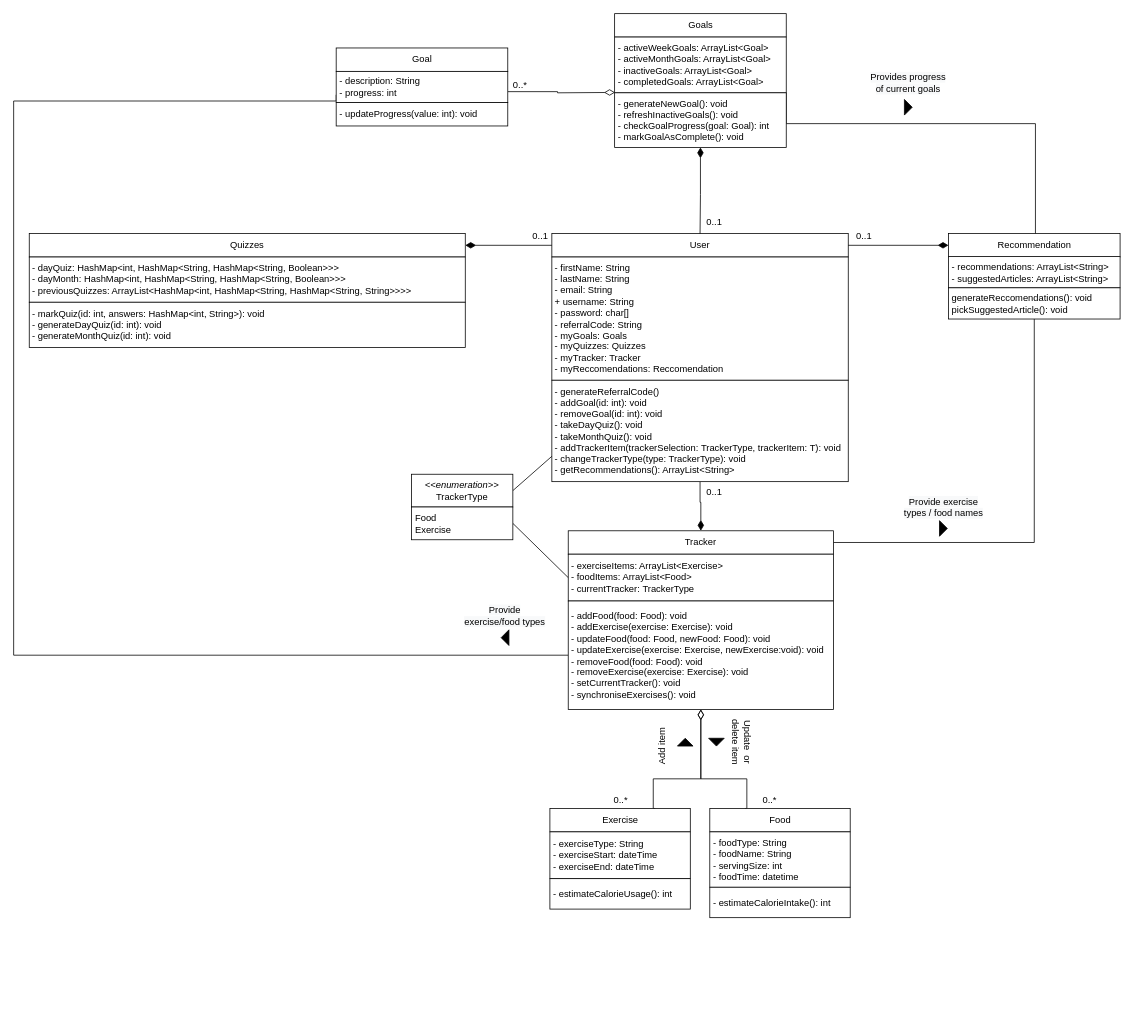
This is Final_class_diagram_improved.drawio from ahammond3aws/DC2SEN, a draw.io file, before an edit. Source tidied: cells renumbered, new cells numbered last; positions are measured from the earlier drawing's top-left corner, leaving out a move shared by most shapes. Both pictures are drawn from the tidied source at 78%, with x=0, y=0 at pixel (13, 13).
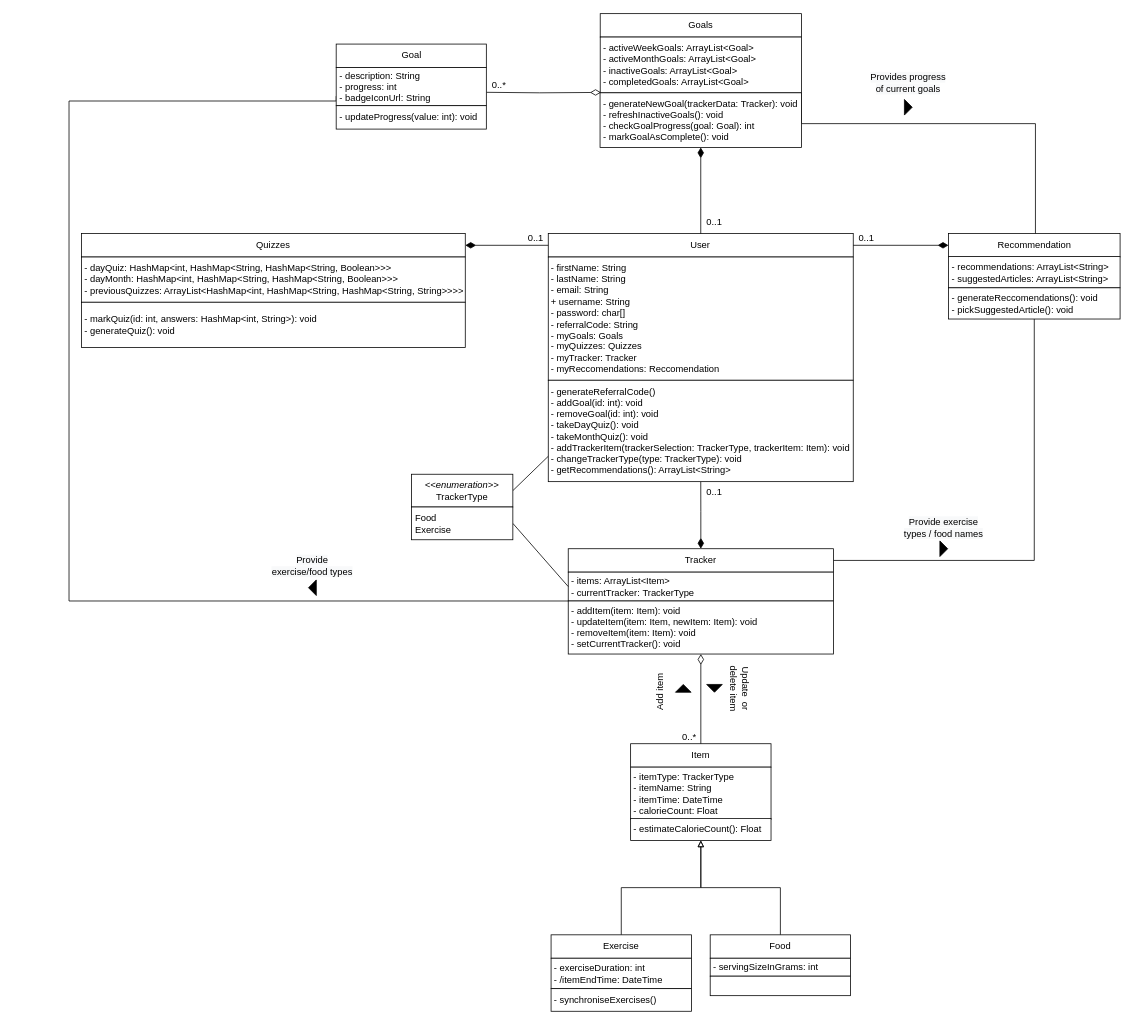
The same page after the edit.

The edit, as a diff of the source:
```diff
@@
     <mxCell id="2" value="User" style="rounded=0;whiteSpace=wrap;html=1;" parent="1" vertex="1">
-      <mxGeometry x="690" y="282" width="380" height="30" as="geometry" />
+      <mxGeometry x="685.4" y="282" width="391" height="30" as="geometry" />
     </mxCell>
@@
     <mxCell id="5" value="Tracker" style="rounded=0;whiteSpace=wrap;html=1;" parent="1" vertex="1">
-      <mxGeometry x="711" y="663" width="340" height="30" as="geometry" />
+      <mxGeometry x="711" y="686" width="340" height="30" as="geometry" />
     </mxCell>
-    <mxCell id="6" style="edgeStyle=orthogonalEdgeStyle;rounded=0;jettySize=auto;html=1;endArrow=diamondThin;endFill=0;endSize=11;exitX=0.75;exitY=0;exitDx=0;exitDy=0;" parent="1" edge="1" source="7" target="37">
-      <mxGeometry relative="1" as="geometry">
-        <Array as="points">
-          <mxPoint x="820" y="1019" />
-          <mxPoint x="820" y="981" />
-          <mxPoint x="881" y="981" />
-        </Array>
-      </mxGeometry>
-    </mxCell>
+    <mxCell id="57" style="edgeStyle=orthogonalEdgeStyle;rounded=0;jettySize=auto;html=1;exitX=0.5;exitY=0;exitDx=0;exitDy=0;entryX=0.5;entryY=1;entryDx=0;entryDy=0;endArrow=block;endFill=0;" parent="1" edge="1" source="7" target="61">
+      <mxGeometry relative="1" as="geometry" />
+    </mxCell>
     <mxCell id="7" value="Exercise" style="rounded=0;whiteSpace=wrap;html=1;" parent="1" vertex="1">
-      <mxGeometry x="687.5" y="1019" width="180" height="30" as="geometry" />
+      <mxGeometry x="689" y="1181" width="180" height="30" as="geometry" />
     </mxCell>
-    <mxCell id="8" style="edgeStyle=orthogonalEdgeStyle;rounded=0;jettySize=auto;html=1;endArrow=diamondThin;endFill=0;startSize=6;endSize=11;exitX=0.25;exitY=0;exitDx=0;exitDy=0;" parent="1" edge="1" source="9" target="37">
-      <mxGeometry relative="1" as="geometry">
-        <Array as="points">
-          <mxPoint x="940" y="1019" />
-          <mxPoint x="940" y="981" />
-          <mxPoint x="881" y="981" />
-        </Array>
-      </mxGeometry>
-    </mxCell>
+    <mxCell id="58" style="edgeStyle=orthogonalEdgeStyle;rounded=0;jettySize=auto;html=1;exitX=0.5;exitY=0;exitDx=0;exitDy=0;entryX=0.5;entryY=1;entryDx=0;entryDy=0;endArrow=block;endFill=0;" parent="1" edge="1" source="9" target="61">
+      <mxGeometry relative="1" as="geometry" />
+    </mxCell>
     <mxCell id="9" value="Food" style="rounded=0;whiteSpace=wrap;html=1;" parent="1" vertex="1">
-      <mxGeometry x="892.5" y="1019" width="180" height="30" as="geometry" />
+      <mxGeometry x="893" y="1181" width="180" height="30" as="geometry" />
     </mxCell>
@@
     <mxCell id="14" value="Goals" style="rounded=0;whiteSpace=wrap;html=1;" parent="1" vertex="1">
-      <mxGeometry x="770.5" width="220" height="30" as="geometry" />
+      <mxGeometry x="752" width="258" height="30" as="geometry" />
     </mxCell>
@@
     <mxCell id="16" value="Quizzes" style="rounded=0;whiteSpace=wrap;html=1;" parent="1" vertex="1">
-      <mxGeometry x="20" y="282" width="559" height="30" as="geometry" />
+      <mxGeometry x="87" y="282" width="492" height="30" as="geometry" />
     </mxCell>
@@
     <mxCell id="18" value="0..1" style="text;html=1;align=center;verticalAlign=middle;strokeColor=none;fillColor=none;" parent="1" vertex="1">
-      <mxGeometry x="1070" y="270" width="40" height="30" as="geometry" />
+      <mxGeometry x="1073" y="273" width="40" height="30" as="geometry" />
     </mxCell>
@@
     <mxCell id="20" value="0..1" style="text;html=1;align=center;verticalAlign=middle;strokeColor=none;fillColor=none;" parent="1" vertex="1">
-      <mxGeometry x="655" y="270" width="40" height="30" as="geometry" />
+      <mxGeometry x="649" y="273" width="40" height="30" as="geometry" />
     </mxCell>
     <mxCell id="21" value="0..*" style="text;html=1;align=center;verticalAlign=middle;strokeColor=none;fillColor=none;" parent="1" vertex="1">
-      <mxGeometry x="757.5" y="994" width="40" height="30" as="geometry" />
+      <mxGeometry x="846.4" y="913" width="40" height="30" as="geometry" />
     </mxCell>
-    <mxCell id="22" value="0..*" style="text;html=1;align=center;verticalAlign=middle;strokeColor=none;fillColor=none;" parent="1" vertex="1">
-      <mxGeometry x="948.5" y="994" width="40" height="30" as="geometry" />
-    </mxCell>
     <mxCell id="23" style="triangle;whiteSpace=wrap;html=1;fontSize=12;fillColor=#000000;rotation=-90;" parent="1" vertex="1">
-      <mxGeometry x="856" y="924" width="10" height="20" as="geometry" />
+      <mxGeometry x="853.5" y="855" width="10" height="20" as="geometry" />
     </mxCell>
     <mxCell id="24" style="triangle;whiteSpace=wrap;html=1;fontSize=12;fillColor=#000000;rotation=90;" parent="1" vertex="1">
-      <mxGeometry x="896" y="924" width="10" height="20" as="geometry" />
+      <mxGeometry x="893.5" y="855" width="10" height="20" as="geometry" />
     </mxCell>
     <mxCell id="25" value="Add item" style="text;html=1;strokeColor=none;fillColor=none;align=center;verticalAlign=middle;whiteSpace=wrap;rounded=0;fontSize=12;rotation=-90;" parent="1" vertex="1">
-      <mxGeometry x="801" y="924" width="60" height="30" as="geometry" />
+      <mxGeometry x="798.5" y="855" width="60" height="30" as="geometry" />
     </mxCell>
     <mxCell id="26" value="Update&amp;nbsp; or delete item" style="text;html=1;strokeColor=none;fillColor=none;align=center;verticalAlign=middle;whiteSpace=wrap;rounded=0;fontSize=12;rotation=90;" parent="1" vertex="1">
-      <mxGeometry x="901" y="919" width="65" height="30" as="geometry" />
+      <mxGeometry x="898.5" y="850" width="65" height="30" as="geometry" />
     </mxCell>
     <mxCell id="27" style="triangle;whiteSpace=wrap;html=1;fontSize=12;fillColor=#000000;" parent="1" vertex="1">
-      <mxGeometry x="1187" y="650" width="10" height="20" as="geometry" />
+      <mxGeometry x="1187.5" y="676" width="10" height="20" as="geometry" />
     </mxCell>
@@
     <mxCell id="30" value="&lt;span style=&quot;background-color: rgb(248, 249, 250);&quot;&gt;Provide exercise types / food names&lt;/span&gt;" style="text;html=1;strokeColor=none;fillColor=none;align=center;verticalAlign=middle;whiteSpace=wrap;rounded=0;fontSize=12;" parent="1" vertex="1">
-      <mxGeometry x="1135.5" y="618" width="113" height="30" as="geometry" />
+      <mxGeometry x="1136" y="644" width="113" height="30" as="geometry" />
     </mxCell>
-    <mxCell id="31" value="- exerciseType: String&lt;br&gt;- exerciseStart: dateTime&lt;br&gt;- exerciseEnd: dateTime" style="rounded=0;whiteSpace=wrap;html=1;align=left;spacingLeft=2;" parent="1" vertex="1">
-      <mxGeometry x="687.5" y="1049" width="180" height="60" as="geometry" />
+    <mxCell id="31" value="- exerciseDuration: int&lt;br style=&quot;border-color: var(--border-color);&quot;&gt;- /itemEndTime: DateTime" style="rounded=0;whiteSpace=wrap;html=1;align=left;spacingLeft=2;" parent="1" vertex="1">
+      <mxGeometry x="689" y="1211" width="180" height="39" as="geometry" />
     </mxCell>
-    <mxCell id="32" value="- estimateCalorieUsage(): int" style="rounded=0;whiteSpace=wrap;html=1;align=left;spacingLeft=2;" parent="1" vertex="1">
-      <mxGeometry x="687.5" y="1109" width="180" height="39" as="geometry" />
+    <mxCell id="32" value="- synchroniseExercises()" style="rounded=0;whiteSpace=wrap;html=1;align=left;spacingLeft=2;" parent="1" vertex="1">
+      <mxGeometry x="689" y="1250" width="180" height="29" as="geometry" />
     </mxCell>
-    <mxCell id="33" value="- foodType: String&lt;br&gt;- foodName: String&lt;br&gt;- servingSize: int&lt;br&gt;- foodTime: datetime" style="rounded=0;whiteSpace=wrap;html=1;align=left;spacingLeft=2;" parent="1" vertex="1">
-      <mxGeometry x="892.5" y="1049" width="180" height="71" as="geometry" />
+    <mxCell id="33" value="- servingSizeInGrams: int" style="rounded=0;whiteSpace=wrap;html=1;align=left;spacingLeft=2;" parent="1" vertex="1">
+      <mxGeometry x="893" y="1211" width="180" height="23" as="geometry" />
     </mxCell>
-    <mxCell id="34" value="- estimateCalorieIntake(): int" style="rounded=0;whiteSpace=wrap;html=1;align=left;spacingLeft=2;" parent="1" vertex="1">
-      <mxGeometry x="892.5" y="1120" width="180" height="39" as="geometry" />
+    <mxCell id="34" style="rounded=0;whiteSpace=wrap;html=1;align=left;spacingLeft=2;" parent="1" vertex="1">
+      <mxGeometry x="893" y="1234" width="180" height="25" as="geometry" />
     </mxCell>
-    <mxCell id="35" value="- exerciseItems: ArrayList&amp;lt;Exercise&amp;gt;&lt;br&gt;- foodItems: ArrayList&amp;lt;Food&amp;gt;&lt;br&gt;- currentTracker:&amp;nbsp;&lt;span style=&quot;text-align: center;&quot;&gt;TrackerType&lt;/span&gt;" style="rounded=0;whiteSpace=wrap;html=1;align=left;spacingLeft=2;" parent="1" vertex="1">
-      <mxGeometry x="711" y="693" width="340" height="60" as="geometry" />
+    <mxCell id="35" value="- items: ArrayList&amp;lt;Item&amp;gt;&lt;br&gt;- currentTracker:&amp;nbsp;&lt;span style=&quot;text-align: center;&quot;&gt;TrackerType&lt;/span&gt;" style="rounded=0;whiteSpace=wrap;html=1;align=left;spacingLeft=2;" parent="1" vertex="1">
+      <mxGeometry x="711" y="716" width="340" height="37" as="geometry" />
     </mxCell>
-    <mxCell id="36" style="edgeStyle=orthogonalEdgeStyle;rounded=0;jettySize=auto;html=1;entryX=0;entryY=0.75;entryDx=0;entryDy=0;startArrow=none;startFill=0;endArrow=none;endFill=0;" parent="1" edge="1" source="37" target="52">
+    <mxCell id="36" style="edgeStyle=orthogonalEdgeStyle;rounded=0;jettySize=auto;html=1;entryX=0;entryY=0.75;entryDx=0;entryDy=0;startArrow=none;startFill=0;endArrow=none;endFill=0;exitX=0;exitY=1;exitDx=0;exitDy=0;" parent="1" edge="1" source="35" target="52">
       <mxGeometry relative="1" as="geometry">
         <Array as="points">
-          <mxPoint y="823" />
-          <mxPoint y="112" />
+          <mxPoint x="71" y="753" />
+          <mxPoint x="71" y="112" />
+          <mxPoint x="414" y="112" />
         </Array>
       </mxGeometry>
     </mxCell>
-    <mxCell id="37" value="- addFood(food: Food): void&lt;br&gt;- addExercise(exercise: Exercise): void&lt;br&gt;- updateFood(food: Food, newFood: Food): void&lt;br&gt;- updateExercise(exercise: Exercise, newExercise:void): void&lt;br&gt;- removeFood(food: Food): void&lt;br&gt;- removeExercise(exercise: Exercise): void&lt;br&gt;- setCurrentTracker(): void&lt;br&gt;- synchroniseExercises(): void" style="rounded=0;whiteSpace=wrap;html=1;align=left;spacingLeft=2;" parent="1" vertex="1">
-      <mxGeometry x="711" y="753" width="340" height="139" as="geometry" />
+    <mxCell id="37" value="- addItem(item: Item): void&lt;br&gt;- updateItem(item: Item, newItem: Item): void&lt;br&gt;- removeItem(item: Item): void&lt;br&gt;- setCurrentTracker(): void" style="rounded=0;whiteSpace=wrap;html=1;align=left;spacingLeft=2;" parent="1" vertex="1">
+      <mxGeometry x="711" y="753" width="340" height="68" as="geometry" />
     </mxCell>
@@
-    <mxCell id="39" value="generateReccomendations(): void&lt;br&gt;pickSuggestedArticle(): void" style="rounded=0;whiteSpace=wrap;html=1;align=left;spacingLeft=2;" parent="1" vertex="1">
+    <mxCell id="39" value="- generateReccomendations(): void&lt;br&gt;- pickSuggestedArticle(): void" style="rounded=0;whiteSpace=wrap;html=1;align=left;spacingLeft=2;" parent="1" vertex="1">
       <mxGeometry x="1198.5" y="351.5" width="220" height="40" as="geometry" />
     </mxCell>
     <mxCell id="40" value="- firstName: String&lt;br&gt;- lastName: String&lt;br&gt;- email: String&lt;br&gt;+ username: String&lt;br&gt;- password: char[]&lt;br&gt;- referralCode: String&lt;br&gt;- myGoals: Goals&lt;br&gt;- myQuizzes: Quizzes&lt;br&gt;- myTracker: Tracker&lt;br&gt;- myReccomendations: Reccomendation" style="rounded=0;whiteSpace=wrap;html=1;align=left;spacingLeft=2;" parent="1" vertex="1">
-      <mxGeometry x="690" y="312" width="380" height="158" as="geometry" />
+      <mxGeometry x="685.4" y="312" width="391" height="158" as="geometry" />
     </mxCell>
-    <mxCell id="41" value="- generateReferralCode()&lt;br&gt;- addGoal(id: int): void&lt;br&gt;- removeGoal(id: int): void&lt;br&gt;- takeDayQuiz(): void&lt;br&gt;- takeMonthQuiz(): void&lt;br&gt;- addTrackerItem(trackerSelection:&amp;nbsp;&lt;span style=&quot;text-align: center;&quot;&gt;TrackerType&lt;/span&gt;, trackerItem: T): void&lt;br&gt;- changeTrackerType(type: TrackerType): void&lt;br&gt;- getRecommendations(): ArrayList&amp;lt;String&amp;gt;" style="rounded=0;whiteSpace=wrap;html=1;align=left;spacingLeft=2;" parent="1" vertex="1">
-      <mxGeometry x="690" y="470" width="380" height="130" as="geometry" />
+    <mxCell id="41" value="- generateReferralCode()&lt;br&gt;- addGoal(id: int): void&lt;br&gt;- removeGoal(id: int): void&lt;br&gt;- takeDayQuiz(): void&lt;br&gt;- takeMonthQuiz(): void&lt;br&gt;- addTrackerItem(trackerSelection:&amp;nbsp;&lt;span style=&quot;text-align: center;&quot;&gt;TrackerType&lt;/span&gt;, trackerItem: Item): void&lt;br&gt;- changeTrackerType(type: TrackerType): void&lt;br&gt;- getRecommendations(): ArrayList&amp;lt;String&amp;gt;" style="rounded=0;whiteSpace=wrap;html=1;align=left;spacingLeft=2;" parent="1" vertex="1">
+      <mxGeometry x="685.4" y="470" width="391" height="130" as="geometry" />
     </mxCell>
@@
     <mxCell id="46" value="- dayQuiz: HashMap&amp;lt;int, HashMap&amp;lt;String, HashMap&amp;lt;String, Boolean&amp;gt;&amp;gt;&amp;gt;&lt;br&gt;- dayMonth: HashMap&amp;lt;int, HashMap&amp;lt;String, HashMap&amp;lt;String, Boolean&amp;gt;&amp;gt;&amp;gt;&lt;br&gt;- previousQuizzes: ArrayList&amp;lt;HashMap&amp;lt;int, HashMap&amp;lt;String, HashMap&amp;lt;String, String&amp;gt;&amp;gt;&amp;gt;&amp;gt;" style="rounded=0;whiteSpace=wrap;html=1;align=left;spacingLeft=2;" parent="1" vertex="1">
-      <mxGeometry x="20" y="312" width="559" height="58" as="geometry" />
+      <mxGeometry x="87" y="312" width="492" height="58" as="geometry" />
     </mxCell>
-    <mxCell id="47" value="- markQuiz(id: int, answers: HashMap&amp;lt;int, String&amp;gt;): void&lt;br&gt;- generateDayQuiz(id: int): void&lt;br&gt;- generateMonthQuiz(id: int): void" style="rounded=0;whiteSpace=wrap;html=1;align=left;spacingLeft=2;" parent="1" vertex="1">
-      <mxGeometry x="20" y="370" width="559" height="58" as="geometry" />
+    <mxCell id="47" value="- markQuiz(id: int, answers: HashMap&amp;lt;int, String&amp;gt;): void&lt;br&gt;- generateQuiz(): void" style="rounded=0;whiteSpace=wrap;html=1;align=left;spacingLeft=2;" parent="1" vertex="1">
+      <mxGeometry x="87" y="370" width="492" height="58" as="geometry" />
     </mxCell>
     <mxCell id="48" value="- activeWeekGoals: ArrayList&amp;lt;Goal&amp;gt;&lt;br&gt;- activeMonthGoals: ArrayList&amp;lt;Goal&amp;gt;&lt;br&gt;- inactiveGoals: ArrayList&amp;lt;Goal&amp;gt;&lt;br&gt;- completedGoals: ArrayList&amp;lt;Goal&amp;gt;" style="rounded=0;whiteSpace=wrap;html=1;align=left;spacingLeft=2;" parent="1" vertex="1">
-      <mxGeometry x="770.5" y="30" width="220" height="71.5" as="geometry" />
+      <mxGeometry x="752" y="30" width="258" height="71.5" as="geometry" />
     </mxCell>
     <mxCell id="49" style="edgeStyle=orthogonalEdgeStyle;rounded=0;jettySize=auto;html=1;entryX=1.001;entryY=0.65;entryDx=0;entryDy=0;entryPerimeter=0;startArrow=diamondThin;startFill=0;endArrow=none;endFill=0;startSize=11;" parent="1" edge="1" target="52">
       <mxGeometry relative="1" as="geometry">
-        <mxPoint x="771" y="101" as="sourcePoint" />
+        <mxPoint x="753" y="101" as="sourcePoint" />
       </mxGeometry>
     </mxCell>
-    <mxCell id="50" value="- generateNewGoal(): void&lt;br&gt;- refreshInactiveGoals(): void&lt;br&gt;- checkGoalProgress(goal: Goal): int&lt;br&gt;- markGoalAsComplete(): void" style="rounded=0;whiteSpace=wrap;html=1;align=left;spacingLeft=2;" parent="1" vertex="1">
-      <mxGeometry x="770.5" y="101.5" width="220" height="70" as="geometry" />
+    <mxCell id="50" value="- generateNewGoal(trackerData: Tracker): void&lt;br&gt;- refreshInactiveGoals(): void&lt;br&gt;- checkGoalProgress(goal: Goal): int&lt;br&gt;- markGoalAsComplete(): void" style="rounded=0;whiteSpace=wrap;html=1;align=left;spacingLeft=2;" parent="1" vertex="1">
+      <mxGeometry x="751.8" y="101.5" width="258.2" height="70" as="geometry" />
     </mxCell>
     <mxCell id="51" value="Goal" style="rounded=0;whiteSpace=wrap;html=1;" parent="1" vertex="1">
-      <mxGeometry x="413.5" y="44" width="220" height="30" as="geometry" />
+      <mxGeometry x="413.5" y="39" width="192.5" height="30" as="geometry" />
     </mxCell>
-    <mxCell id="52" value="- description: String&lt;br&gt;- progress: int" style="rounded=0;whiteSpace=wrap;html=1;align=left;spacingLeft=2;" parent="1" vertex="1">
-      <mxGeometry x="413.5" y="74" width="220" height="40" as="geometry" />
+    <mxCell id="52" value="- description: String&lt;br&gt;- progress: int&lt;br&gt;- badgeIconUrl: String" style="rounded=0;whiteSpace=wrap;html=1;align=left;spacingLeft=2;" parent="1" vertex="1">
+      <mxGeometry x="413.5" y="69" width="192.5" height="49" as="geometry" />
     </mxCell>
     <mxCell id="53" value="- updateProgress(value: int): void" style="rounded=0;whiteSpace=wrap;html=1;align=left;spacingLeft=2;" parent="1" vertex="1">
-      <mxGeometry x="413.5" y="114" width="220" height="30" as="geometry" />
+      <mxGeometry x="413.5" y="118" width="192.5" height="30" as="geometry" />
     </mxCell>
     <mxCell id="54" value="0..*" style="text;html=1;align=center;verticalAlign=middle;strokeColor=none;fillColor=none;" parent="1" vertex="1">
-      <mxGeometry x="629" y="77" width="40" height="30" as="geometry" />
+      <mxGeometry x="602" y="77" width="40" height="30" as="geometry" />
     </mxCell>
     <mxCell id="55" style="triangle;whiteSpace=wrap;html=1;fontSize=12;fillColor=#000000;rotation=-180;" parent="1" vertex="1">
-      <mxGeometry x="625" y="790" width="10" height="20" as="geometry" />
+      <mxGeometry x="378" y="726" width="10" height="20" as="geometry" />
     </mxCell>
     <mxCell id="56" value="&lt;span style=&quot;background-color: rgb(248, 249, 250);&quot;&gt;Provide exercise/food types&lt;/span&gt;" style="text;html=1;strokeColor=none;fillColor=none;align=center;verticalAlign=middle;whiteSpace=wrap;rounded=0;fontSize=12;" parent="1" vertex="1">
-      <mxGeometry x="576" y="757" width="108" height="30" as="geometry" />
+      <mxGeometry x="329" y="693" width="108" height="30" as="geometry" />
     </mxCell>
+    <mxCell id="59" value="Item" style="rounded=0;whiteSpace=wrap;html=1;" parent="1" vertex="1">
+      <mxGeometry x="791" y="936" width="180" height="30" as="geometry" />
+    </mxCell>
+    <mxCell id="60" value="- itemType:&amp;nbsp;TrackerType&lt;br&gt;- itemName: String&lt;br&gt;- itemTime: DateTime&lt;br&gt;- calorieCount: Float" style="rounded=0;whiteSpace=wrap;html=1;align=left;spacingLeft=2;" parent="1" vertex="1">
+      <mxGeometry x="791" y="966" width="180" height="67" as="geometry" />
+    </mxCell>
+    <mxCell id="61" value="- estimateCalorieCount(): Float" style="rounded=0;whiteSpace=wrap;html=1;align=left;spacingLeft=2;" parent="1" vertex="1">
+      <mxGeometry x="791" y="1032" width="180" height="28" as="geometry" />
+    </mxCell>
+    <mxCell id="62" style="edgeStyle=orthogonalEdgeStyle;rounded=0;jettySize=auto;html=1;endArrow=diamondThin;endFill=0;startSize=6;endSize=11;exitX=0.5;exitY=0;exitDx=0;exitDy=0;entryX=0.5;entryY=1;entryDx=0;entryDy=0;" parent="1" edge="1" source="59" target="37">
+      <mxGeometry relative="1" as="geometry" />
+    </mxCell>
```
